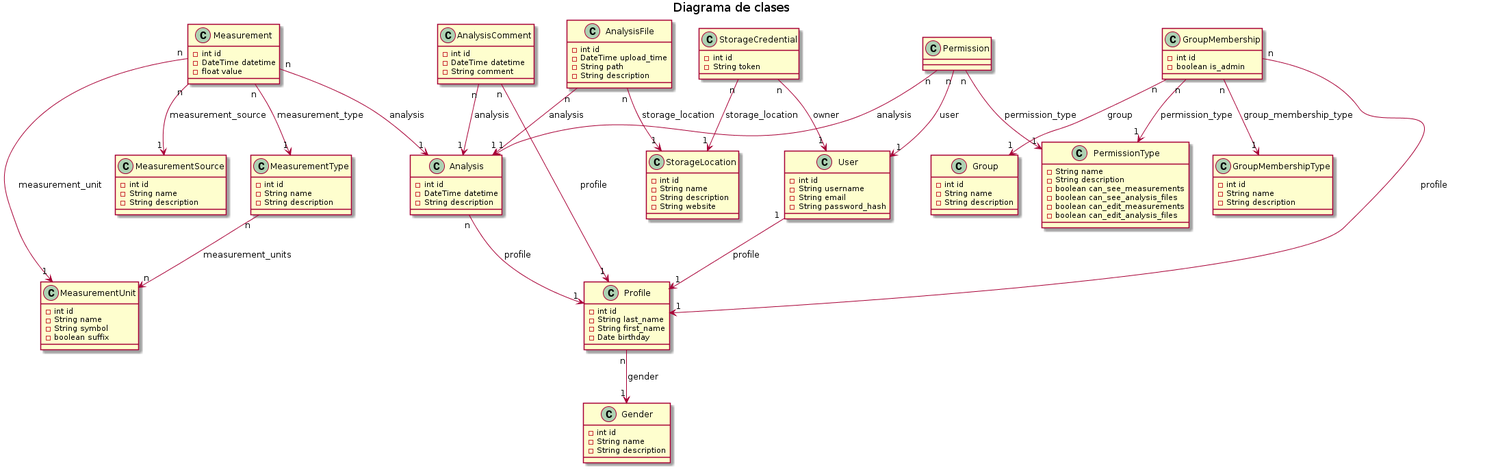
The PlantUML diagram uml/diagramaClases.png in yaninagm/doc, before a commit.
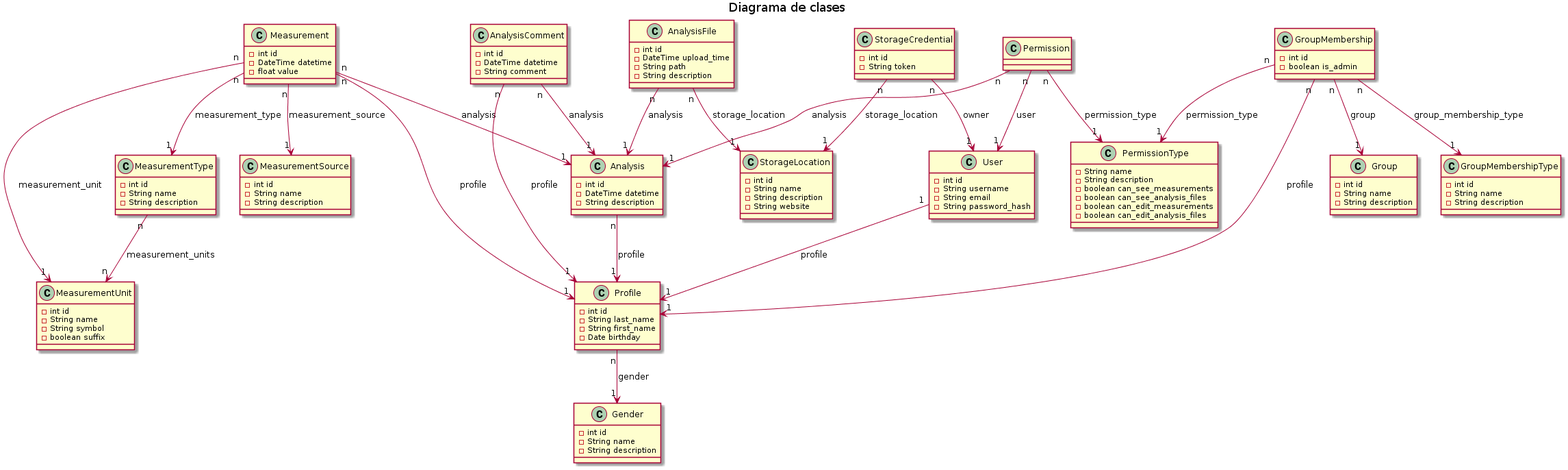
After the change.

Commit message:
Especificación de relación entre Measurement y Profile

The edit, as a diff of the source:
```diff
@@ -112,6 +112,7 @@
 Measurement "n" --> "1" MeasurementType : measurement_type
 Measurement "n" --> "1" MeasurementSource : measurement_source
 Measurement "n" --> "1" Analysis : analysis
+Measurement "n" --> "1" Profile : profile
 
 MeasurementType "n" --> "n" MeasurementUnit : measurement_units
 
```
